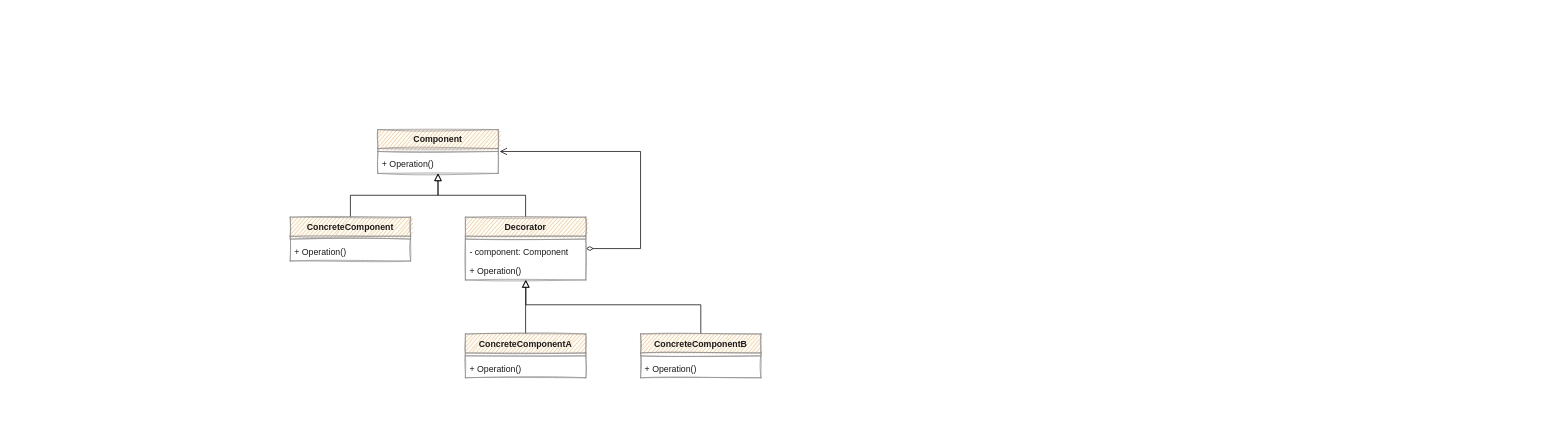
This is page "Decorator" (5 of 5) of images/design pattern class diagram.drawio from Yu-Qiao-Hong/Yu-Qiao-Hong.github.io, a draw.io file, before an edit. Source tidied: cells renumbered, new cells numbered last; positions are measured from the earlier drawing's top-left corner, leaving out a move shared by most shapes. Both pictures are drawn from the tidied source at 73%, with x=0, y=0 at pixel (290, 129).
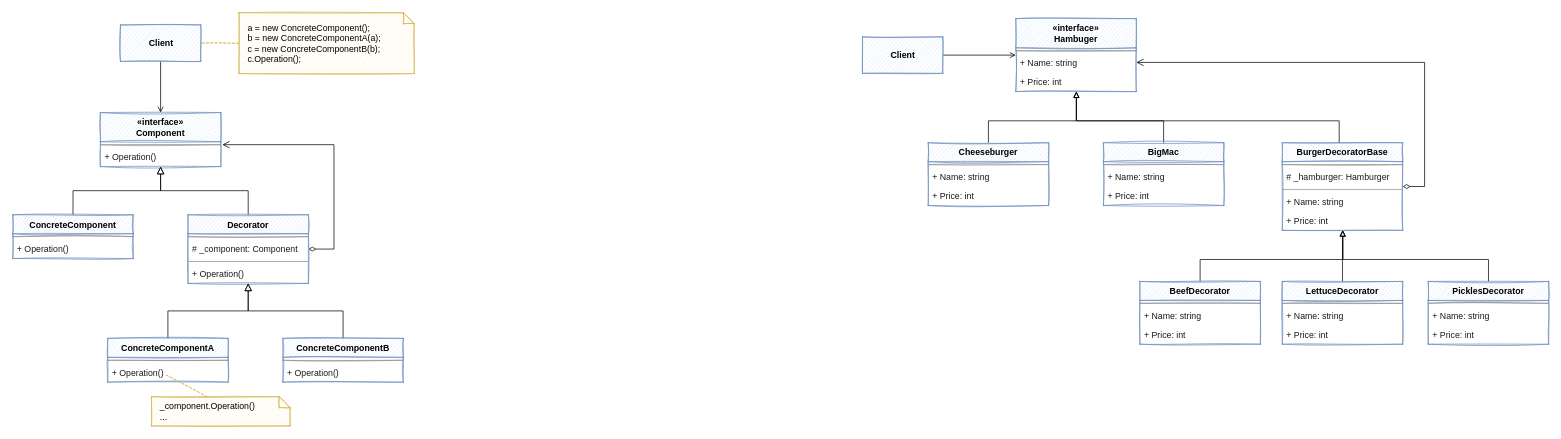
The same diagram, later.

Commit message (it also covers changes not shown here):
Update Decorator pattern

What changed in the source:
```diff
@@
-    <mxCell id="2" value="Component" style="swimlane;fontStyle=1;align=center;verticalAlign=top;horizontal=1;startSize=26;rounded=0;sketch=1;fillColor=#F5AB50;strokeColor=#909090;fontColor=#1A1A1A;" parent="1" vertex="1">
-      <mxGeometry x="120" width="165" height="60" as="geometry" />
+    <mxCell id="2" value="«interface»&#10;Component" style="swimlane;fontStyle=1;align=center;verticalAlign=top;horizontal=1;startSize=40;rounded=0;sketch=1;fillColor=#dae8fc;strokeColor=#6c8ebf;fontColor=default;" parent="1" vertex="1">
+      <mxGeometry x="-260" y="-23.3" width="165" height="74" as="geometry" />
     </mxCell>
     <mxCell id="3" style="line;strokeWidth=1;fillColor=none;align=left;verticalAlign=middle;spacingTop=-1;spacingLeft=3;spacingRight=3;labelPosition=right;rounded=0;sketch=1;labelBackgroundColor=#EEEEEE;strokeColor=#909090;fontColor=#1A1A1A;" parent="2" vertex="1">
-      <mxGeometry y="26" width="165" height="8" as="geometry" />
+      <mxGeometry y="40" width="165" height="8" as="geometry" />
     </mxCell>
     <mxCell id="4" value="+ Operation()" style="text;strokeColor=none;fillColor=none;align=left;verticalAlign=top;spacingLeft=4;spacingRight=4;overflow=hidden;points=[[0,0.5],[1,0.5]];portConstraint=eastwest;rounded=0;sketch=1;fontColor=#1A1A1A;" parent="2" vertex="1">
-      <mxGeometry y="34" width="165" height="26" as="geometry" />
+      <mxGeometry y="48" width="165" height="26" as="geometry" />
     </mxCell>
@@
-    <mxCell id="6" value="ConcreteComponent" style="swimlane;fontStyle=1;align=center;verticalAlign=top;horizontal=1;startSize=26;rounded=0;sketch=1;fillColor=#F5AB50;strokeColor=#909090;fontColor=#1A1A1A;" parent="1" vertex="1">
-      <mxGeometry y="120" width="165" height="60" as="geometry" />
+    <mxCell id="6" value="ConcreteComponent" style="swimlane;fontStyle=1;align=center;verticalAlign=top;horizontal=1;startSize=26;rounded=0;sketch=1;fillColor=#dae8fc;strokeColor=#6c8ebf;fontColor=default;" parent="1" vertex="1">
+      <mxGeometry x="-380" y="116.7" width="165" height="60" as="geometry" />
     </mxCell>
@@
     <mxCell id="10" style="edgeStyle=orthogonalEdgeStyle;rounded=0;hachureGap=4;jettySize=auto;html=1;fontFamily=Architects Daughter;fontSize=16;startSize=8;endSize=8;entryX=1.012;entryY=-0.154;entryDx=0;entryDy=0;startArrow=diamondThin;startFill=0;endArrow=open;endFill=0;entryPerimeter=0;" parent="1" edge="1" source="11" target="4">
       <mxGeometry relative="1" as="geometry">
         <Array as="points">
-          <mxPoint x="480" y="163" />
-          <mxPoint x="480" y="30" />
+          <mxPoint x="60" y="163.7" />
+          <mxPoint x="60" y="20.7" />
         </Array>
       </mxGeometry>
     </mxCell>
-    <mxCell id="11" value="Decorator" style="swimlane;fontStyle=1;align=center;verticalAlign=top;horizontal=1;startSize=26;rounded=0;sketch=1;fillColor=#F5AB50;strokeColor=#909090;fontColor=#1A1A1A;" parent="1" vertex="1">
-      <mxGeometry x="240" y="120" width="165" height="86" as="geometry" />
+    <mxCell id="11" value="Decorator" style="swimlane;fontStyle=1;align=center;verticalAlign=top;horizontal=1;startSize=26;rounded=0;sketch=1;fillColor=#dae8fc;strokeColor=#6c8ebf;fontColor=default;" parent="1" vertex="1">
+      <mxGeometry x="-140" y="116.7" width="165" height="94" as="geometry" />
     </mxCell>
@@
-    <mxCell id="13" value="- component: Component" style="text;strokeColor=none;fillColor=none;align=left;verticalAlign=top;spacingLeft=4;spacingRight=4;overflow=hidden;rounded=0;sketch=1;fontColor=#1A1A1A;" parent="11" vertex="1">
+    <mxCell id="13" value="# _component: Component" style="text;strokeColor=none;fillColor=none;align=left;verticalAlign=top;spacingLeft=4;spacingRight=4;overflow=hidden;rounded=0;sketch=1;fontColor=#1A1A1A;" parent="11" vertex="1">
       <mxGeometry y="34" width="165" height="26" as="geometry" />
     </mxCell>
+    <mxCell id="23" style="line;strokeWidth=1;fillColor=none;align=left;verticalAlign=middle;spacingTop=-1;spacingLeft=3;spacingRight=3;labelPosition=right;rounded=0;labelBackgroundColor=#EEEEEE;strokeColor=#909090;fontColor=#1A1A1A;" parent="11" vertex="1">
+      <mxGeometry y="60" width="165" height="8" as="geometry" />
+    </mxCell>
     <mxCell id="14" value="+ Operation()" style="text;strokeColor=none;fillColor=none;align=left;verticalAlign=top;spacingLeft=4;spacingRight=4;overflow=hidden;rounded=0;sketch=1;fontColor=#1A1A1A;" parent="11" vertex="1">
-      <mxGeometry y="60" width="165" height="26" as="geometry" />
+      <mxGeometry y="68" width="165" height="26" as="geometry" />
     </mxCell>
@@
-    <mxCell id="16" value="ConcreteComponentA" style="swimlane;fontStyle=1;align=center;verticalAlign=top;horizontal=1;startSize=26;rounded=0;sketch=1;fillColor=#F5AB50;strokeColor=#909090;fontColor=#1A1A1A;" parent="1" vertex="1">
-      <mxGeometry x="240" y="280" width="165" height="60" as="geometry" />
+    <mxCell id="16" value="ConcreteComponentA" style="swimlane;fontStyle=1;align=center;verticalAlign=top;horizontal=1;startSize=26;rounded=0;sketch=1;fillColor=#dae8fc;strokeColor=#6c8ebf;fontColor=default;" parent="1" vertex="1">
+      <mxGeometry x="-250" y="286" width="165" height="60" as="geometry" />
     </mxCell>
@@
     <mxCell id="19" style="edgeStyle=orthogonalEdgeStyle;rounded=0;hachureGap=4;jettySize=auto;html=1;fontFamily=Architects Daughter;fontSize=16;startSize=8;endSize=8;endArrow=block;endFill=0;" parent="1" edge="1" source="20" target="11">
-      <mxGeometry relative="1" as="geometry">
-        <Array as="points">
-          <mxPoint x="563" y="240" />
-          <mxPoint x="323" y="240" />
-        </Array>
-      </mxGeometry>
+      <mxGeometry relative="1" as="geometry" />
     </mxCell>
-    <mxCell id="20" value="ConcreteComponentB" style="swimlane;fontStyle=1;align=center;verticalAlign=top;horizontal=1;startSize=26;rounded=0;sketch=1;fillColor=#F5AB50;strokeColor=#909090;fontColor=#1A1A1A;" parent="1" vertex="1">
-      <mxGeometry x="480" y="280" width="165" height="60" as="geometry" />
+    <mxCell id="20" value="ConcreteComponentB" style="swimlane;fontStyle=1;align=center;verticalAlign=top;horizontal=1;startSize=26;rounded=0;sketch=1;fillColor=#dae8fc;strokeColor=#6c8ebf;fontColor=default;" parent="1" vertex="1">
+      <mxGeometry x="-10" y="286" width="165" height="60" as="geometry" />
     </mxCell>
@@
+    <mxCell id="24" value="«interface»&#10;Hambuger" style="swimlane;fontStyle=1;align=center;verticalAlign=top;horizontal=1;startSize=40;rounded=0;sketch=1;fillColor=#dae8fc;strokeColor=#6c8ebf;fontColor=default;" parent="1" vertex="1">
+      <mxGeometry x="994" y="-152" width="165" height="100" as="geometry" />
+    </mxCell>
+    <mxCell id="25" style="line;strokeWidth=1;fillColor=none;align=left;verticalAlign=middle;spacingTop=-1;spacingLeft=3;spacingRight=3;labelPosition=right;rounded=0;sketch=1;labelBackgroundColor=#EEEEEE;strokeColor=#909090;fontColor=#1A1A1A;" parent="24" vertex="1">
+      <mxGeometry y="40" width="165" height="8" as="geometry" />
+    </mxCell>
+    <mxCell id="26" value="+ Name: string" style="text;strokeColor=none;fillColor=none;align=left;verticalAlign=top;spacingLeft=4;spacingRight=4;overflow=hidden;rounded=0;sketch=1;fontColor=#1A1A1A;" parent="24" vertex="1">
+      <mxGeometry y="48" width="165" height="26" as="geometry" />
+    </mxCell>
+    <mxCell id="27" value="+ Price: int" style="text;strokeColor=none;fillColor=none;align=left;verticalAlign=top;spacingLeft=4;spacingRight=4;overflow=hidden;rounded=0;sketch=1;fontColor=#1A1A1A;" parent="24" vertex="1">
+      <mxGeometry y="74" width="165" height="26" as="geometry" />
+    </mxCell>
+    <mxCell id="28" style="edgeStyle=orthogonalEdgeStyle;rounded=0;jettySize=auto;html=1;endArrow=block;endFill=0;" parent="1" edge="1" source="29" target="24">
+      <mxGeometry relative="1" as="geometry">
+        <Array as="points">
+          <mxPoint x="957" y="-12" />
+          <mxPoint x="1077" y="-12" />
+        </Array>
+      </mxGeometry>
+    </mxCell>
+    <mxCell id="29" value="Cheeseburger" style="swimlane;fontStyle=1;align=center;verticalAlign=top;horizontal=1;startSize=26;rounded=0;sketch=1;fillColor=#dae8fc;strokeColor=#6c8ebf;fontColor=default;" parent="1" vertex="1">
+      <mxGeometry x="874" y="18" width="165" height="86" as="geometry" />
+    </mxCell>
+    <mxCell id="30" style="line;strokeWidth=1;fillColor=none;align=left;verticalAlign=middle;spacingTop=-1;spacingLeft=3;spacingRight=3;labelPosition=right;rounded=0;sketch=1;labelBackgroundColor=#EEEEEE;strokeColor=#909090;fontColor=#1A1A1A;" parent="29" vertex="1">
+      <mxGeometry y="26" width="165" height="8" as="geometry" />
+    </mxCell>
+    <mxCell id="31" value="+ Name: string" style="text;strokeColor=none;fillColor=none;align=left;verticalAlign=top;spacingLeft=4;spacingRight=4;overflow=hidden;rounded=0;sketch=1;fontColor=#1A1A1A;" parent="29" vertex="1">
+      <mxGeometry y="34" width="165" height="26" as="geometry" />
+    </mxCell>
+    <mxCell id="32" value="+ Price: int" style="text;strokeColor=none;fillColor=none;align=left;verticalAlign=top;spacingLeft=4;spacingRight=4;overflow=hidden;rounded=0;sketch=1;fontColor=#1A1A1A;" parent="29" vertex="1">
+      <mxGeometry y="60" width="165" height="26" as="geometry" />
+    </mxCell>
+    <mxCell id="33" style="edgeStyle=orthogonalEdgeStyle;rounded=0;jettySize=auto;html=1;endArrow=block;endFill=0;" parent="1" edge="1" source="34" target="24">
+      <mxGeometry relative="1" as="geometry">
+        <Array as="points">
+          <mxPoint x="1197" y="-12" />
+          <mxPoint x="1077" y="-12" />
+        </Array>
+      </mxGeometry>
+    </mxCell>
+    <mxCell id="34" value="BigMac" style="swimlane;fontStyle=1;align=center;verticalAlign=top;horizontal=1;startSize=26;rounded=0;sketch=1;fillColor=#dae8fc;strokeColor=#6c8ebf;fontColor=default;" parent="1" vertex="1">
+      <mxGeometry x="1114" y="18" width="165" height="86" as="geometry" />
+    </mxCell>
+    <mxCell id="35" style="line;strokeWidth=1;fillColor=none;align=left;verticalAlign=middle;spacingTop=-1;spacingLeft=3;spacingRight=3;labelPosition=right;rounded=0;sketch=1;labelBackgroundColor=#EEEEEE;strokeColor=#909090;fontColor=#1A1A1A;" parent="34" vertex="1">
+      <mxGeometry y="26" width="165" height="8" as="geometry" />
+    </mxCell>
+    <mxCell id="36" value="+ Name: string" style="text;strokeColor=none;fillColor=none;align=left;verticalAlign=top;spacingLeft=4;spacingRight=4;overflow=hidden;rounded=0;sketch=1;fontColor=#1A1A1A;" parent="34" vertex="1">
+      <mxGeometry y="34" width="165" height="26" as="geometry" />
+    </mxCell>
+    <mxCell id="37" value="+ Price: int" style="text;strokeColor=none;fillColor=none;align=left;verticalAlign=top;spacingLeft=4;spacingRight=4;overflow=hidden;rounded=0;sketch=1;fontColor=#1A1A1A;" parent="34" vertex="1">
+      <mxGeometry y="60" width="165" height="26" as="geometry" />
+    </mxCell>
+    <mxCell id="38" style="edgeStyle=orthogonalEdgeStyle;rounded=0;jettySize=auto;html=1;endArrow=block;endFill=0;" parent="1" edge="1" source="39" target="24">
+      <mxGeometry relative="1" as="geometry">
+        <Array as="points">
+          <mxPoint x="1437" y="-12" />
+          <mxPoint x="1077" y="-12" />
+        </Array>
+      </mxGeometry>
+    </mxCell>
+    <mxCell id="39" value="BurgerDecoratorBase" style="swimlane;fontStyle=1;align=center;verticalAlign=top;horizontal=1;startSize=26;rounded=0;sketch=1;fillColor=#dae8fc;strokeColor=#6c8ebf;fontColor=default;" parent="1" vertex="1">
+      <mxGeometry x="1359" y="18" width="165" height="120" as="geometry" />
+    </mxCell>
+    <mxCell id="40" style="line;strokeWidth=1;fillColor=none;align=left;verticalAlign=middle;spacingTop=-1;spacingLeft=3;spacingRight=3;labelPosition=right;rounded=0;sketch=1;labelBackgroundColor=#EEEEEE;strokeColor=#909090;fontColor=#1A1A1A;" parent="39" vertex="1">
+      <mxGeometry y="26" width="165" height="8" as="geometry" />
+    </mxCell>
+    <mxCell id="41" value="# _hamburger: Hamburger" style="text;strokeColor=none;fillColor=none;align=left;verticalAlign=top;spacingLeft=4;spacingRight=4;overflow=hidden;rounded=0;sketch=1;fontColor=#1A1A1A;" parent="39" vertex="1">
+      <mxGeometry y="34" width="165" height="26" as="geometry" />
+    </mxCell>
+    <mxCell id="42" style="line;strokeWidth=1;fillColor=none;align=left;verticalAlign=middle;spacingTop=-1;spacingLeft=3;spacingRight=3;labelPosition=right;rounded=0;labelBackgroundColor=#EEEEEE;strokeColor=#909090;fontColor=#1A1A1A;" parent="39" vertex="1">
+      <mxGeometry y="60" width="165" height="8" as="geometry" />
+    </mxCell>
+    <mxCell id="43" value="+ Name: string" style="text;strokeColor=none;fillColor=none;align=left;verticalAlign=top;spacingLeft=4;spacingRight=4;overflow=hidden;rounded=0;sketch=1;fontColor=#1A1A1A;" parent="39" vertex="1">
+      <mxGeometry y="68" width="165" height="26" as="geometry" />
+    </mxCell>
+    <mxCell id="44" value="+ Price: int" style="text;strokeColor=none;fillColor=none;align=left;verticalAlign=top;spacingLeft=4;spacingRight=4;overflow=hidden;rounded=0;sketch=1;fontColor=#1A1A1A;" parent="39" vertex="1">
+      <mxGeometry y="94" width="165" height="26" as="geometry" />
+    </mxCell>
+    <mxCell id="45" style="edgeStyle=orthogonalEdgeStyle;rounded=0;jettySize=auto;html=1;endArrow=block;endFill=0;" parent="1" edge="1" source="46" target="39">
+      <mxGeometry relative="1" as="geometry">
+        <Array as="points">
+          <mxPoint x="1247" y="178" />
+          <mxPoint x="1442" y="178" />
+        </Array>
+      </mxGeometry>
+    </mxCell>
+    <mxCell id="46" value="BeefDecorator" style="swimlane;fontStyle=1;align=center;verticalAlign=top;horizontal=1;startSize=26;rounded=0;sketch=1;fillColor=#dae8fc;strokeColor=#6c8ebf;fontColor=default;" parent="1" vertex="1">
+      <mxGeometry x="1164" y="208" width="165" height="86" as="geometry" />
+    </mxCell>
+    <mxCell id="47" style="line;strokeWidth=1;fillColor=none;align=left;verticalAlign=middle;spacingTop=-1;spacingLeft=3;spacingRight=3;labelPosition=right;rounded=0;sketch=1;labelBackgroundColor=#EEEEEE;strokeColor=#909090;fontColor=#1A1A1A;" parent="46" vertex="1">
+      <mxGeometry y="26" width="165" height="8" as="geometry" />
+    </mxCell>
+    <mxCell id="48" value="+ Name: string" style="text;strokeColor=none;fillColor=none;align=left;verticalAlign=top;spacingLeft=4;spacingRight=4;overflow=hidden;rounded=0;sketch=1;fontColor=#1A1A1A;" parent="46" vertex="1">
+      <mxGeometry y="34" width="165" height="26" as="geometry" />
+    </mxCell>
+    <mxCell id="49" value="+ Price: int" style="text;strokeColor=none;fillColor=none;align=left;verticalAlign=top;spacingLeft=4;spacingRight=4;overflow=hidden;rounded=0;sketch=1;fontColor=#1A1A1A;" parent="46" vertex="1">
+      <mxGeometry y="60" width="165" height="26" as="geometry" />
+    </mxCell>
+    <mxCell id="50" style="edgeStyle=orthogonalEdgeStyle;rounded=0;jettySize=auto;html=1;endArrow=block;endFill=0;" parent="1" edge="1" source="51" target="39">
+      <mxGeometry relative="1" as="geometry" />
+    </mxCell>
+    <mxCell id="51" value="LettuceDecorator" style="swimlane;fontStyle=1;align=center;verticalAlign=top;horizontal=1;startSize=26;rounded=0;sketch=1;fillColor=#dae8fc;strokeColor=#6c8ebf;fontColor=default;" parent="1" vertex="1">
+      <mxGeometry x="1359" y="208" width="165" height="86" as="geometry" />
+    </mxCell>
+    <mxCell id="52" style="line;strokeWidth=1;fillColor=none;align=left;verticalAlign=middle;spacingTop=-1;spacingLeft=3;spacingRight=3;labelPosition=right;rounded=0;sketch=1;labelBackgroundColor=#EEEEEE;strokeColor=#909090;fontColor=#1A1A1A;" parent="51" vertex="1">
+      <mxGeometry y="26" width="165" height="8" as="geometry" />
+    </mxCell>
+    <mxCell id="53" value="+ Name: string" style="text;strokeColor=none;fillColor=none;align=left;verticalAlign=top;spacingLeft=4;spacingRight=4;overflow=hidden;rounded=0;sketch=1;fontColor=#1A1A1A;" parent="51" vertex="1">
+      <mxGeometry y="34" width="165" height="26" as="geometry" />
+    </mxCell>
+    <mxCell id="54" value="+ Price: int" style="text;strokeColor=none;fillColor=none;align=left;verticalAlign=top;spacingLeft=4;spacingRight=4;overflow=hidden;rounded=0;sketch=1;fontColor=#1A1A1A;" parent="51" vertex="1">
+      <mxGeometry y="60" width="165" height="26" as="geometry" />
+    </mxCell>
+    <mxCell id="55" style="edgeStyle=orthogonalEdgeStyle;rounded=0;jettySize=auto;html=1;endArrow=block;endFill=0;" parent="1" edge="1" source="56" target="39">
+      <mxGeometry relative="1" as="geometry">
+        <Array as="points">
+          <mxPoint x="1642" y="178" />
+          <mxPoint x="1442" y="178" />
+        </Array>
+      </mxGeometry>
+    </mxCell>
+    <mxCell id="56" value="PicklesDecorator" style="swimlane;fontStyle=1;align=center;verticalAlign=top;horizontal=1;startSize=26;rounded=0;sketch=1;fillColor=#dae8fc;strokeColor=#6c8ebf;fontColor=default;" parent="1" vertex="1">
+      <mxGeometry x="1559" y="208" width="165" height="86" as="geometry" />
+    </mxCell>
+    <mxCell id="57" style="line;strokeWidth=1;fillColor=none;align=left;verticalAlign=middle;spacingTop=-1;spacingLeft=3;spacingRight=3;labelPosition=right;rounded=0;sketch=1;labelBackgroundColor=#EEEEEE;strokeColor=#909090;fontColor=#1A1A1A;" parent="56" vertex="1">
+      <mxGeometry y="26" width="165" height="8" as="geometry" />
+    </mxCell>
+    <mxCell id="58" value="+ Name: string" style="text;strokeColor=none;fillColor=none;align=left;verticalAlign=top;spacingLeft=4;spacingRight=4;overflow=hidden;rounded=0;sketch=1;fontColor=#1A1A1A;" parent="56" vertex="1">
+      <mxGeometry y="34" width="165" height="26" as="geometry" />
+    </mxCell>
+    <mxCell id="59" value="+ Price: int" style="text;strokeColor=none;fillColor=none;align=left;verticalAlign=top;spacingLeft=4;spacingRight=4;overflow=hidden;rounded=0;sketch=1;fontColor=#1A1A1A;" parent="56" vertex="1">
+      <mxGeometry y="60" width="165" height="26" as="geometry" />
+    </mxCell>
+    <mxCell id="60" style="edgeStyle=orthogonalEdgeStyle;rounded=0;hachureGap=4;jettySize=auto;html=1;fontFamily=Architects Daughter;fontSize=16;startSize=8;endSize=8;startArrow=diamondThin;startFill=0;endArrow=open;endFill=0;" parent="1" edge="1" source="39" target="24">
+      <mxGeometry relative="1" as="geometry">
+        <Array as="points">
+          <mxPoint x="1554" y="78" />
+          <mxPoint x="1554" y="-92" />
+        </Array>
+      </mxGeometry>
+    </mxCell>
+    <mxCell id="61" style="edgeStyle=orthogonalEdgeStyle;rounded=0;jettySize=auto;html=1;endArrow=open;endFill=0;" parent="1" edge="1" source="62" target="2">
+      <mxGeometry relative="1" as="geometry" />
+    </mxCell>
+    <mxCell id="62" value="&lt;b&gt;Client&lt;/b&gt;" style="html=1;rounded=0;sketch=1;fillColor=#dae8fc;strokeColor=#6c8ebf;" parent="1" vertex="1">
+      <mxGeometry x="-232.5" y="-143.3" width="110" height="50" as="geometry" />
+    </mxCell>
+    <mxCell id="63" style="edgeStyle=orthogonalEdgeStyle;rounded=0;jettySize=auto;html=1;endArrow=open;endFill=0;" parent="1" edge="1" source="64" target="24">
+      <mxGeometry relative="1" as="geometry" />
+    </mxCell>
+    <mxCell id="64" value="&lt;b&gt;Client&lt;/b&gt;" style="html=1;rounded=0;sketch=1;fillColor=#dae8fc;strokeColor=#6c8ebf;" parent="1" vertex="1">
+      <mxGeometry x="784" y="-127" width="110" height="50" as="geometry" />
+    </mxCell>
+    <mxCell id="65" value="_component.Operation()&lt;br&gt;..." style="shape=note;size=15;align=left;spacingLeft=10;html=1;whiteSpace=wrap;rounded=0;sketch=1;strokeColor=#d6b656;fillColor=#fff2cc;" parent="1" vertex="1">
+      <mxGeometry x="-190" y="366" width="190" height="40" as="geometry" />
+    </mxCell>
+    <mxCell id="66" style="edgeStyle=none;endArrow=none;exitX=0.4;exitY=0;dashed=1;html=1;rounded=1;sketch=1;fontColor=#1A1A1A;strokeColor=#d6b656;curved=0;fillColor=#fff2cc;" parent="1" edge="1" source="65">
+      <mxGeometry x="1" relative="1" as="geometry">
+        <mxPoint x="-170" y="336" as="targetPoint" />
+      </mxGeometry>
+    </mxCell>
+    <mxCell id="67" value="a = new&amp;nbsp;ConcreteComponent();&lt;br&gt;b = new&amp;nbsp;ConcreteComponentA(a);&lt;br&gt;c = new ConcreteComponentB(b);&lt;br&gt;c.Operation();" style="shape=note;size=15;align=left;spacingLeft=10;html=1;whiteSpace=wrap;rounded=0;sketch=1;strokeColor=#d6b656;fillColor=#fff2cc;" parent="1" vertex="1">
+      <mxGeometry x="-70" y="-160" width="240" height="83.3" as="geometry" />
+    </mxCell>
+    <mxCell id="68" style="edgeStyle=none;endArrow=none;exitX=0;exitY=0.5;dashed=1;html=1;rounded=1;sketch=1;fontColor=#1A1A1A;strokeColor=#d6b656;curved=0;fillColor=#fff2cc;exitDx=0;exitDy=0;exitPerimeter=0;" parent="1" edge="1" source="67" target="62">
+      <mxGeometry x="1" relative="1" as="geometry" />
+    </mxCell>
```
